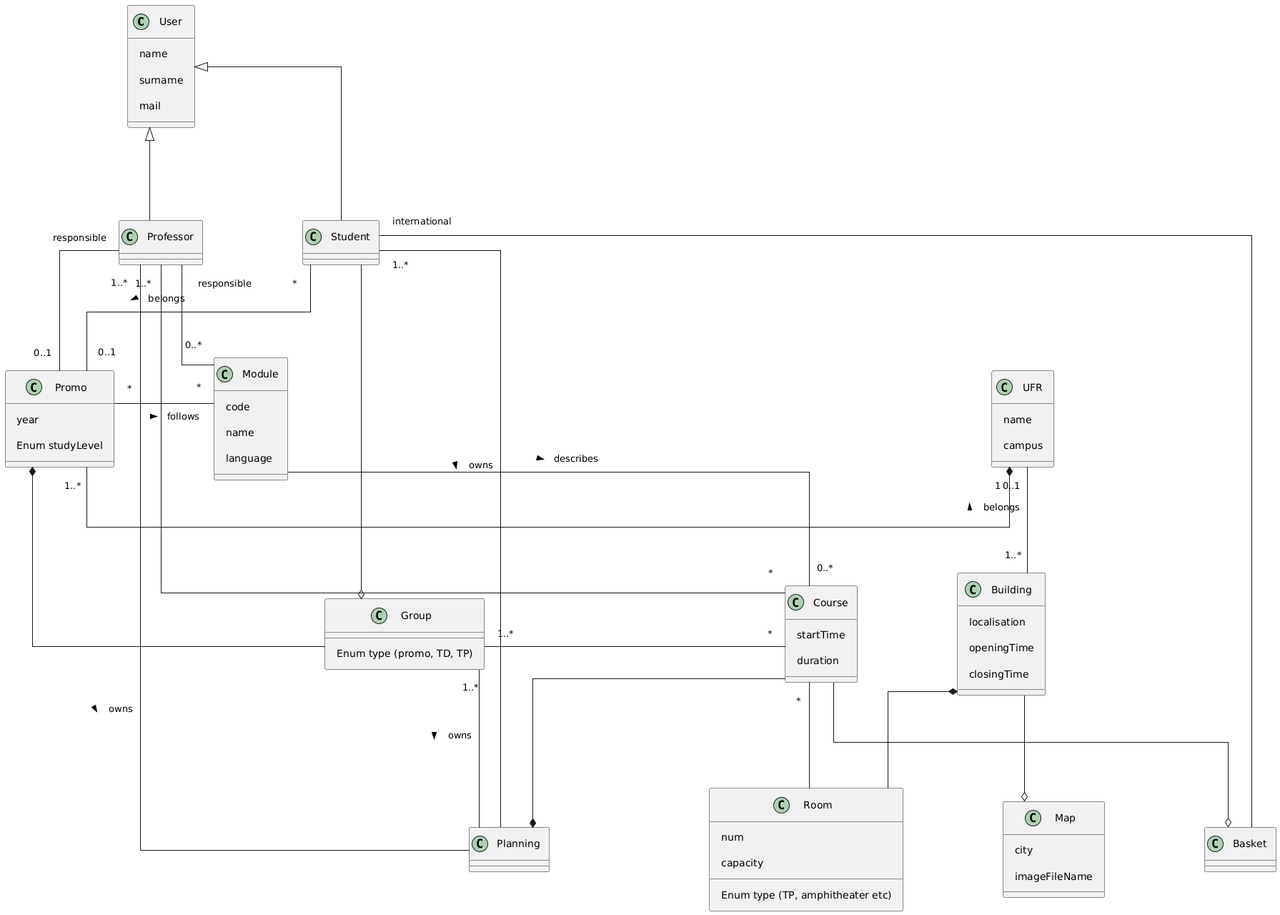
Above: diagrams/ClassesDiagram.png in JoshuaDixon23/Hyperplanning (PlantUML), before the change.
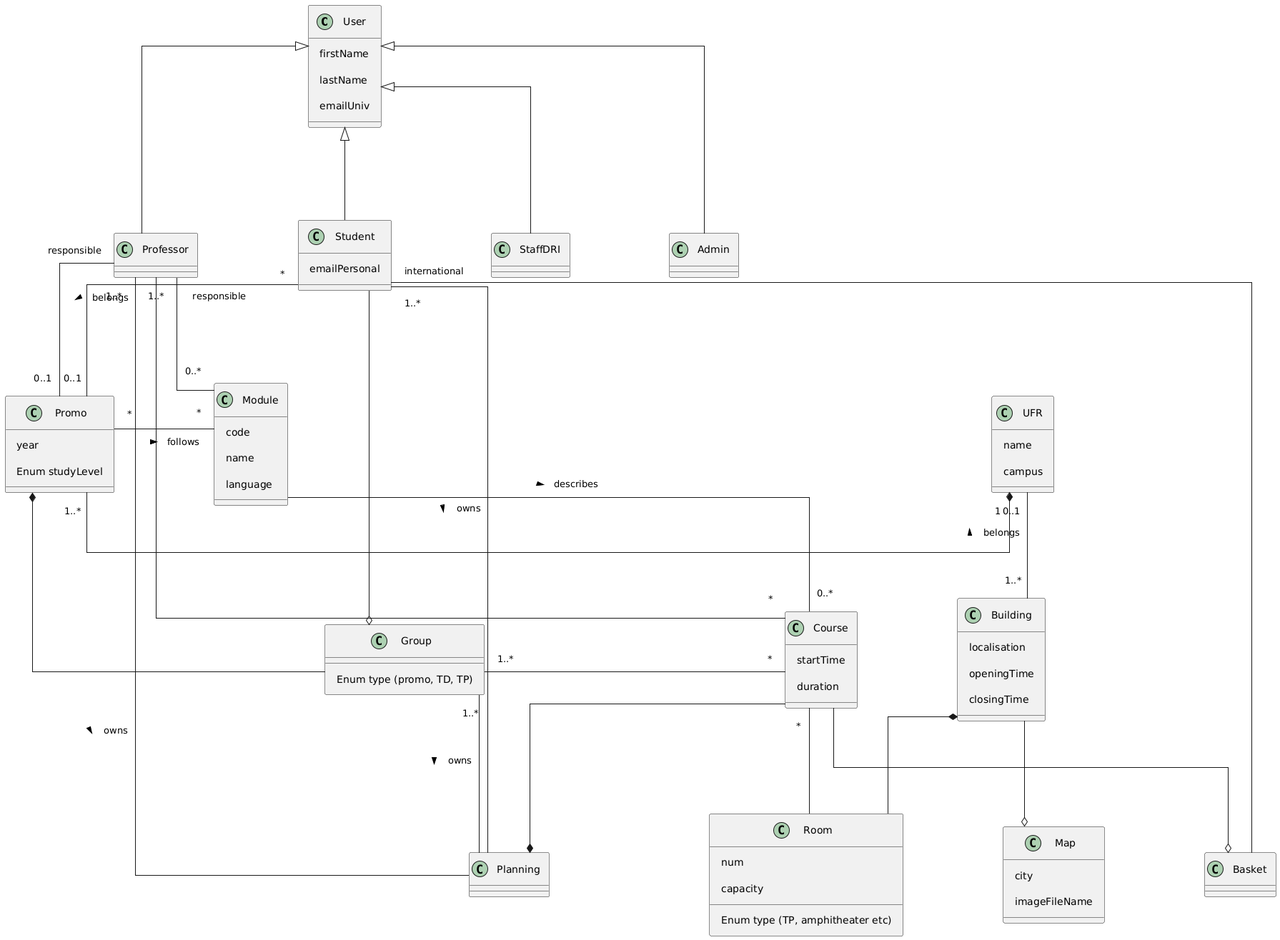
The same file after the commit.

Change to the diagram source:
```diff
@@ -5,9 +5,9 @@
 skinparam padding 10
 
 class User {
-    name
-    surname
-    mail
+    firstName
+    lastName
+    emailUniv
 }
 
 class Professor {
@@ -15,10 +15,19 @@
 }
 
 class Student {
+    emailPersonal
+}
+
+class StaffDRI{
+}
+
+class Admin{
 }
 
 Professor -u-|> User
 Student -u-|> User
+StaffDRI -u-|> User
+Admin -u-|> User
 
 class Promo{
     year
```
